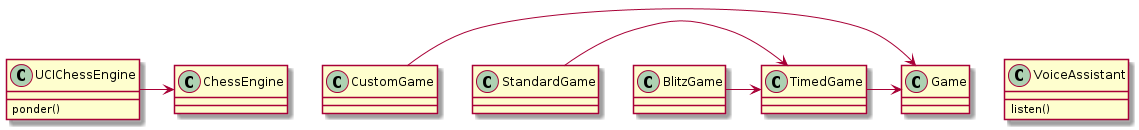
Above: class-diagram.png in tvanslyke/accessible-chess-class-diagram (PlantUML), before the change. The source it was exported from:
```plantuml
@startuml


class VoiceAssistant {
	listen()

}

UCIChessEngine -> ChessEngine

class UCIChessEngine {
	ponder()
}

class Game {

}

TimedGame -> Game
StandardGame -> TimedGame
BlitzGame -> TimedGame
CustomGame -> Game










@enduml
```
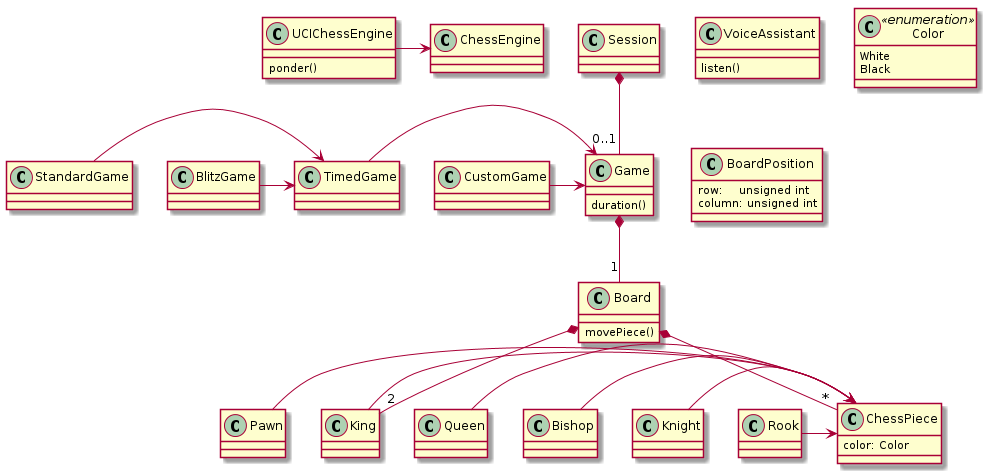
Later version of the same file.

Diff of the diagram source:
```diff
@@ -3,7 +3,6 @@
 
 class VoiceAssistant {
 	listen()
-
 }
 
 UCIChessEngine -> ChessEngine
@@ -12,20 +11,49 @@
 	ponder()
 }
 
-class Game {
-
+class Color <<enumeration>> {
+	White
+	Black
 }
 
-TimedGame -> Game
+class ChessPiece {
+	color: Color
+}
+
+Pawn   -> ChessPiece
+King   -> ChessPiece
+Queen  -> ChessPiece
+Bishop -> ChessPiece
+Knight -> ChessPiece
+Rook   -> ChessPiece
+
+Board *-- "*" ChessPiece
+Board *-- "2" King
+
+class BoardPosition {
+	row:    unsigned int
+	column: unsigned int
+}
+
+class Board {
+	movePiece()
+}
+
+class Game {
+	duration()
+}
+
+Game *-- "1" Board
+
+TimedGame    -> Game
+CustomGame   -> Game
 StandardGame -> TimedGame
-BlitzGame -> TimedGame
-CustomGame -> Game
+BlitzGame    -> TimedGame
 
 
 
 
-
-
+Session *-- "0..1" Game
 
 
 
```
